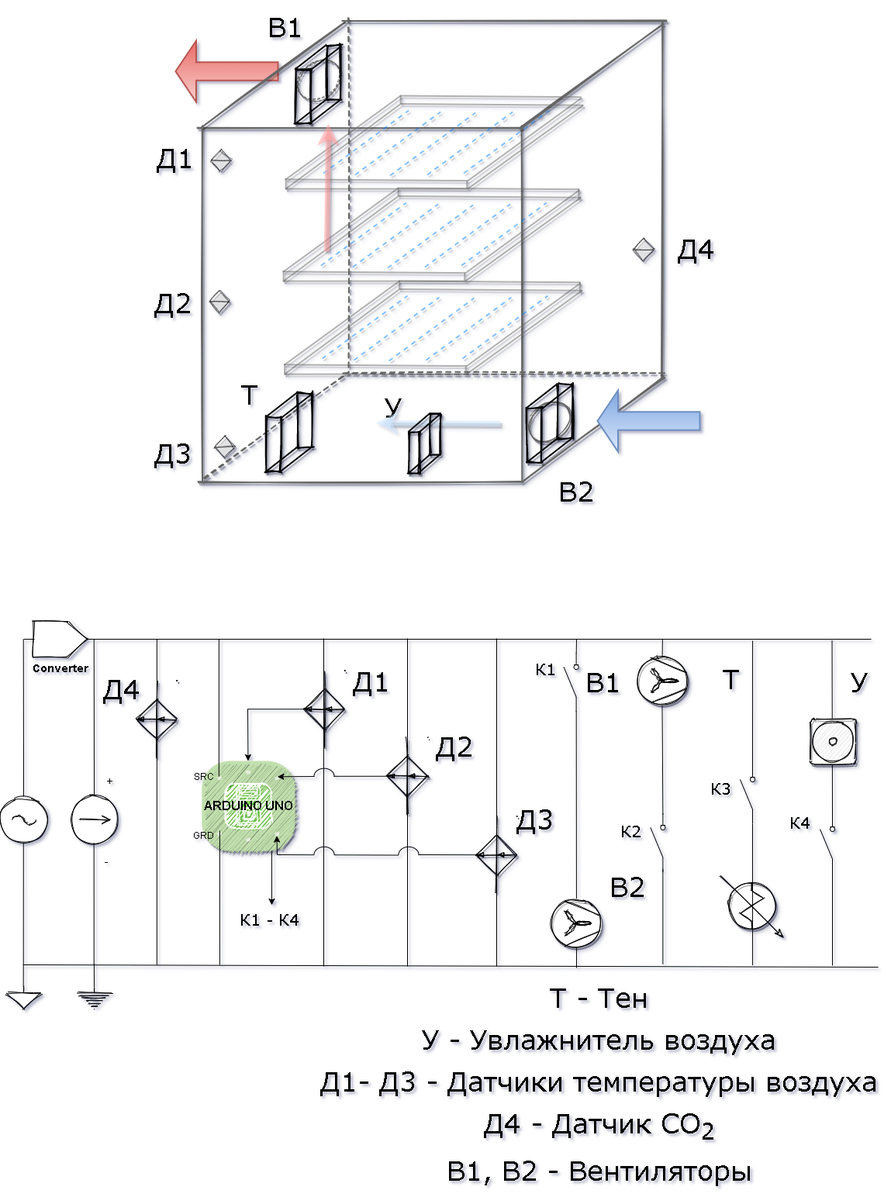
The draw.io diagram diagrams/pngs/Air Conditioning System.png in Yerlan999/SmartGreenHouse-KazATU, before a commit. Source tidied: cells renumbered, new cells last; positions are measured from the earlier drawing's top-left corner, leaving out a move shared by most shapes.
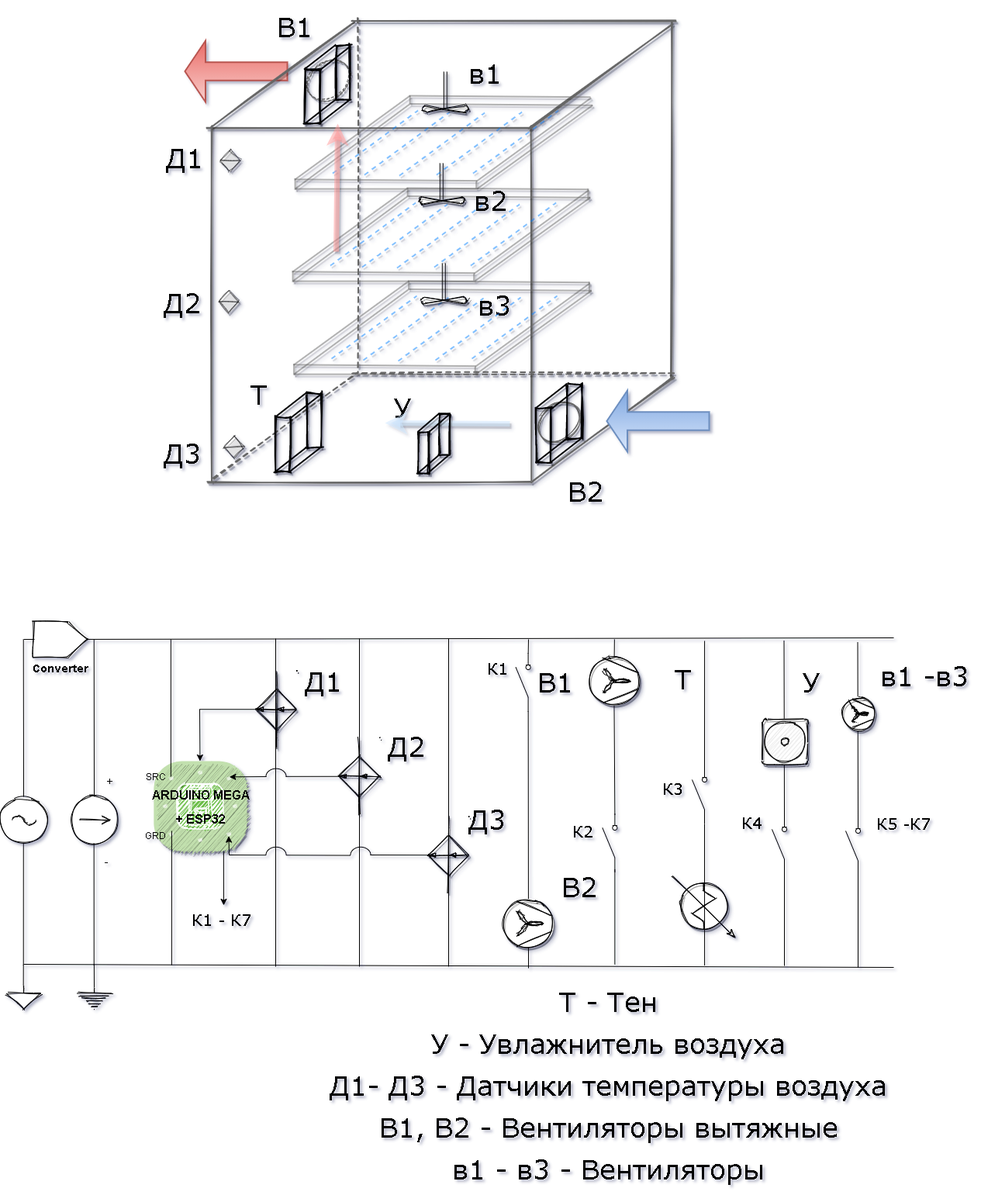
The same diagram one commit later.

The edit, as a diff of the source:
```diff
@@ -5,3 +5,3 @@
     <mxCell id="2" style="group;" parent="1" vertex="1">
-      <mxGeometry x="254" y="15" width="648" height="606" as="geometry" />
+      <mxGeometry x="328" y="15" width="648" height="606" as="geometry" />
     </mxCell>
@@ -130,2 +130,5 @@
     </mxCell>
+    <mxCell id="219" value="&lt;p&gt;&lt;font face=&quot;Verdana&quot;&gt;&lt;span style=&quot;font-size: 35px&quot;&gt;в2&lt;/span&gt;&lt;/font&gt;&lt;/p&gt;" style="text;html=1;align=center;verticalAlign=middle;strokeColor=none;" parent="18" vertex="1">
+      <mxGeometry x="232.5" y="-12" width="54" height="53" as="geometry" />
+    </mxCell>
     <mxCell id="32" style="endArrow=none;dashed=1;html=1;shadow=1;strokeWidth=2;sketch=0;strokeColor=#007FFF;opacity=50;" parent="17" edge="1">
@@ -155,6 +158,6 @@
     <mxCell id="36" style="group;" parent="3" vertex="1">
-      <mxGeometry x="109.5" y="102" width="390" height="121" as="geometry" />
+      <mxGeometry x="109.5" y="102" width="390" height="139" as="geometry" />
     </mxCell>
     <mxCell id="37" style="group;opacity=50;" parent="36" vertex="1">
-      <mxGeometry width="390" height="121" as="geometry" />
+      <mxGeometry width="390" height="139" as="geometry" />
     </mxCell>
@@ -221,2 +224,14 @@
     </mxCell>
+    <mxCell id="220" style="group;" parent="37" vertex="1">
+      <mxGeometry x="164.5" y="87" width="58" height="52" as="geometry" />
+    </mxCell>
+    <mxCell id="221" style="verticalLabelPosition=bottom;align=center;dashed=0;html=1;verticalAlign=top;shape=mxgraph.pid.misc.fan_2;shadow=1;sketch=1;" parent="220" vertex="1">
+      <mxGeometry y="44" width="58" height="8" as="geometry" />
+    </mxCell>
+    <mxCell id="222" style="shape=link;html=1;shadow=1;" parent="220" edge="1">
+      <mxGeometry relative="1" as="geometry">
+        <mxPoint x="28.8" as="sourcePoint" />
+        <mxPoint x="28.8" y="47" as="targetPoint" />
+      </mxGeometry>
+    </mxCell>
     <mxCell id="50" style="endArrow=none;dashed=1;html=1;shadow=1;strokeWidth=2;sketch=0;strokeColor=#007FFF;opacity=50;" parent="36" edge="1">
@@ -315,2 +330,5 @@
     </mxCell>
+    <mxCell id="223" value="&lt;p&gt;&lt;font face=&quot;Verdana&quot;&gt;&lt;span style=&quot;font-size: 35px&quot;&gt;в3&lt;/span&gt;&lt;/font&gt;&lt;/p&gt;" style="text;html=1;align=center;verticalAlign=middle;strokeColor=none;" parent="55" vertex="1">
+      <mxGeometry x="236" y="3" width="54" height="53" as="geometry" />
+    </mxCell>
     <mxCell id="69" style="endArrow=none;dashed=1;html=1;shadow=1;strokeWidth=2;sketch=0;strokeColor=#007FFF;opacity=50;" parent="54" edge="1">
@@ -516,6 +534,21 @@
     </mxCell>
+    <mxCell id="224" style="group;" parent="3" vertex="1">
+      <mxGeometry x="279" y="71" width="107" height="52" as="geometry" />
+    </mxCell>
+    <mxCell id="225" style="verticalLabelPosition=bottom;align=center;dashed=0;html=1;verticalAlign=top;shape=mxgraph.pid.misc.fan_2;shadow=1;sketch=1;" parent="224" vertex="1">
+      <mxGeometry y="44" width="58" height="8" as="geometry" />
+    </mxCell>
+    <mxCell id="226" style="shape=link;html=1;shadow=1;" parent="224" edge="1">
+      <mxGeometry relative="1" as="geometry">
+        <mxPoint x="28.8" as="sourcePoint" />
+        <mxPoint x="28.8" y="47" as="targetPoint" />
+      </mxGeometry>
+    </mxCell>
+    <mxCell id="227" value="&lt;p&gt;&lt;font face=&quot;Verdana&quot;&gt;&lt;span style=&quot;font-size: 35px&quot;&gt;в1&lt;/span&gt;&lt;/font&gt;&lt;/p&gt;" style="text;html=1;align=center;verticalAlign=middle;strokeColor=none;" parent="224" vertex="1">
+      <mxGeometry x="53" y="-26" width="54" height="53" as="geometry" />
+    </mxCell>
     <mxCell id="121" style="endArrow=classic;html=1;shadow=1;strokeWidth=7;strokeColor=#FF9999;opacity=50;" parent="1" edge="1">
       <mxGeometry relative="1" as="geometry">
-        <mxPoint x="421" y="318" as="sourcePoint" />
-        <mxPoint x="423" y="153" as="targetPoint" />
+        <mxPoint x="495" y="318" as="sourcePoint" />
+        <mxPoint x="497" y="153" as="targetPoint" />
       </mxGeometry>
@@ -523,17 +556,14 @@
     <mxCell id="122" value="&lt;p&gt;&lt;font face=&quot;Verdana&quot;&gt;&lt;span style=&quot;font-size: 35px&quot;&gt;Д1&lt;/span&gt;&lt;/font&gt;&lt;/p&gt;" style="text;html=1;align=center;verticalAlign=middle;strokeColor=none;" parent="1" vertex="1">
-      <mxGeometry x="195" y="169" width="59" height="53" as="geometry" />
+      <mxGeometry x="269" y="169" width="59" height="53" as="geometry" />
     </mxCell>
     <mxCell id="123" value="&lt;p&gt;&lt;font face=&quot;Verdana&quot;&gt;&lt;span style=&quot;font-size: 35px&quot;&gt;Д2&lt;/span&gt;&lt;/font&gt;&lt;/p&gt;" style="text;html=1;align=center;verticalAlign=middle;strokeColor=none;" parent="1" vertex="1">
-      <mxGeometry x="192" y="356" width="59" height="53" as="geometry" />
+      <mxGeometry x="266" y="356" width="59" height="53" as="geometry" />
     </mxCell>
     <mxCell id="124" value="&lt;p&gt;&lt;font face=&quot;Verdana&quot;&gt;&lt;span style=&quot;font-size: 35px&quot;&gt;Д3&lt;/span&gt;&lt;/font&gt;&lt;/p&gt;" style="text;html=1;align=center;verticalAlign=middle;strokeColor=none;" parent="1" vertex="1">
-      <mxGeometry x="192" y="550" width="59" height="53" as="geometry" />
+      <mxGeometry x="266" y="550" width="59" height="53" as="geometry" />
     </mxCell>
-    <mxCell id="125" value="&lt;p&gt;&lt;font face=&quot;Verdana&quot;&gt;&lt;span style=&quot;font-size: 35px&quot;&gt;Д4&lt;/span&gt;&lt;/font&gt;&lt;/p&gt;" style="text;html=1;align=center;verticalAlign=middle;strokeColor=none;" parent="1" vertex="1">
-      <mxGeometry x="867" y="286" width="59" height="53" as="geometry" />
-    </mxCell>
     <mxCell id="126" style="endArrow=classic;html=1;shadow=1;strokeWidth=7;opacity=50;strokeColor=#CCE5FF;" parent="1" edge="1">
       <mxGeometry relative="1" as="geometry">
-        <mxPoint x="645" y="540" as="sourcePoint" />
-        <mxPoint x="484" y="539" as="targetPoint" />
+        <mxPoint x="719" y="540" as="sourcePoint" />
+        <mxPoint x="558" y="539" as="targetPoint" />
       </mxGeometry>
@@ -541,16 +571,10 @@
     <mxCell id="127" value="&lt;p&gt;&lt;font face=&quot;Verdana&quot;&gt;&lt;span style=&quot;font-size: 35px&quot;&gt;В2&lt;/span&gt;&lt;/font&gt;&lt;/p&gt;" style="text;html=1;align=center;verticalAlign=middle;strokeColor=none;" parent="1" vertex="1">
-      <mxGeometry x="713" y="599" width="57" height="53" as="geometry" />
+      <mxGeometry x="787" y="599" width="57" height="53" as="geometry" />
     </mxCell>
     <mxCell id="128" style="shape=sortShape;perimeter=rhombusPerimeter;whiteSpace=wrap;html=1;shadow=1;sketch=1;opacity=50;" parent="1" vertex="1">
-      <mxGeometry x="271" y="186" width="26.5" height="29" as="geometry" />
+      <mxGeometry x="345" y="186" width="26.5" height="29" as="geometry" />
     </mxCell>
     <mxCell id="129" style="shape=sortShape;perimeter=rhombusPerimeter;whiteSpace=wrap;html=1;shadow=1;sketch=1;opacity=50;" parent="1" vertex="1">
-      <mxGeometry x="269" y="368" width="26.5" height="29" as="geometry" />
+      <mxGeometry x="343" y="368" width="26.5" height="29" as="geometry" />
     </mxCell>
-    <mxCell id="130" style="shape=sortShape;perimeter=rhombusPerimeter;whiteSpace=wrap;html=1;shadow=1;sketch=1;opacity=50;" parent="1" vertex="1">
-      <mxGeometry x="816" y="301" width="26.5" height="29" as="geometry" />
-    </mxCell>
-    <mxCell id="131" style="verticalLabelPosition=bottom;html=1;verticalAlign=top;strokeColor=#000000;fillColor=#000000;align=center;shape=mxgraph.fluid_power.x12300;shadow=1;sketch=1;rotation=90;" parent="1" vertex="1">
-      <mxGeometry x="151.8" y="895" width="99.6" height="52.6" as="geometry" />
-    </mxCell>
     <mxCell id="132" style="verticalLabelPosition=bottom;html=1;fillColor=#6ABD46;strokeColor=#ffffff;verticalAlign=top;align=center;points=[[0.085,0.085,0],[0.915,0.085,0],[0.915,0.915,0],[0.085,0.915,0],[0.25,0,0],[0.5,0,0],[0.75,0,0],[1,0.25,0],[1,0.5,0],[1,0.75,0],[0.75,1,0],[0.5,1,0],[0.25,1,0],[0,0.75,0],[0,0.5,0],[0,0.25,0]];shape=mxgraph.cisco_safe.compositeIcon;bgIcon=mxgraph.cisco_safe.architecture.generic_appliance;resIcon=mxgraph.cisco_safe.architecture.aci_controller;shadow=1;sketch=1;" parent="1" vertex="1">
@@ -559,9 +583,9 @@
     <mxCell id="133" style="verticalLabelPosition=bottom;shadow=0;dashed=0;align=center;html=1;verticalAlign=top;shape=mxgraph.electrical.signal_sources.ac_source;sketch=1;" parent="1" vertex="1">
-      <mxGeometry y="1021" width="60" height="60" as="geometry" />
+      <mxGeometry x="62" y="1021" width="60" height="60" as="geometry" />
     </mxCell>
     <mxCell id="134" style="verticalLabelPosition=bottom;shadow=0;dashed=0;align=center;html=1;verticalAlign=top;shape=mxgraph.electrical.signal_sources.dc_source_2;sketch=1;" parent="1" vertex="1">
-      <mxGeometry x="91" y="1021" width="60" height="60" as="geometry" />
+      <mxGeometry x="153" y="1021" width="60" height="60" as="geometry" />
     </mxCell>
     <mxCell id="135" value="&lt;b&gt;&lt;font style=&quot;font-size: 14px&quot;&gt;Converter&lt;/font&gt;&lt;/b&gt;" style="verticalLabelPosition=bottom;shadow=0;dashed=0;align=center;html=1;verticalAlign=top;shape=mxgraph.electrical.abstract.dac;sketch=1;" parent="1" vertex="1">
-      <mxGeometry x="42.2" y="795" width="70" height="46" as="geometry" />
+      <mxGeometry x="104.2" y="795" width="70" height="46" as="geometry" />
     </mxCell>
@@ -569,3 +593,3 @@
       <mxGeometry relative="1" as="geometry">
-        <mxPoint x="29.7" y="818" as="targetPoint" />
+        <mxPoint x="91.7" y="818" as="targetPoint" />
       </mxGeometry>
@@ -574,4 +598,4 @@
       <mxGeometry relative="1" as="geometry">
-        <mxPoint x="29.7" y="1238" as="sourcePoint" />
-        <mxPoint x="29.8" y="1081" as="targetPoint" />
+        <mxPoint x="91.7" y="1238" as="sourcePoint" />
+        <mxPoint x="91.8" y="1081" as="targetPoint" />
       </mxGeometry>
@@ -579,6 +603,6 @@
     <mxCell id="138" style="verticalLabelPosition=bottom;shadow=0;dashed=0;align=center;html=1;verticalAlign=top;shape=mxgraph.electrical.signal_sources.signal_ground;sketch=1;" parent="1" vertex="1">
-      <mxGeometry x="7.5" y="1264.4" width="45" height="30" as="geometry" />
+      <mxGeometry x="69.5" y="1264.4" width="45" height="30" as="geometry" />
     </mxCell>
     <mxCell id="139" style="verticalLabelPosition=bottom;shadow=0;dashed=0;align=center;html=1;verticalAlign=top;shape=mxgraph.electrical.signal_sources.protective_earth;sketch=1;" parent="1" vertex="1">
-      <mxGeometry x="98.5" y="1267" width="45" height="28.1" as="geometry" />
+      <mxGeometry x="160.5" y="1267" width="45" height="28.1" as="geometry" />
     </mxCell>
@@ -586,4 +610,4 @@
       <mxGeometry relative="1" as="geometry">
-        <mxPoint x="29.7" y="1238" as="sourcePoint" />
-        <mxPoint x="1132" y="1241" as="targetPoint" />
+        <mxPoint x="92" y="1237" as="sourcePoint" />
+        <mxPoint x="1214" y="1241" as="targetPoint" />
       </mxGeometry>
@@ -592,4 +616,4 @@
       <mxGeometry relative="1" as="geometry">
-        <mxPoint x="30.2" y="818" as="sourcePoint" />
-        <mxPoint x="44" y="818" as="targetPoint" />
+        <mxPoint x="92.2" y="818" as="sourcePoint" />
+        <mxPoint x="106" y="818" as="targetPoint" />
       </mxGeometry>
@@ -598,3 +622,3 @@
       <mxGeometry relative="1" as="geometry">
-        <mxPoint x="1123" y="818" as="targetPoint" />
+        <mxPoint x="1214" y="816" as="targetPoint" />
       </mxGeometry>
@@ -603,4 +627,4 @@
       <mxGeometry relative="1" as="geometry">
-        <mxPoint x="121" y="1021" as="sourcePoint" />
-        <mxPoint x="120.7" y="818" as="targetPoint" />
+        <mxPoint x="183" y="1021" as="sourcePoint" />
+        <mxPoint x="182.7" y="818" as="targetPoint" />
       </mxGeometry>
@@ -609,4 +633,4 @@
       <mxGeometry relative="1" as="geometry">
-        <mxPoint x="29.7" y="1264.4" as="sourcePoint" />
-        <mxPoint x="29.7" y="1238" as="targetPoint" />
+        <mxPoint x="91.7" y="1264.4" as="sourcePoint" />
+        <mxPoint x="91.7" y="1238" as="targetPoint" />
       </mxGeometry>
@@ -615,4 +639,4 @@
       <mxGeometry relative="1" as="geometry">
-        <mxPoint x="120.7" y="1238" as="sourcePoint" />
-        <mxPoint x="120.7" y="1081" as="targetPoint" />
+        <mxPoint x="182.7" y="1238" as="sourcePoint" />
+        <mxPoint x="182.7" y="1081" as="targetPoint" />
       </mxGeometry>
@@ -621,11 +645,5 @@
       <mxGeometry relative="1" as="geometry">
-        <mxPoint x="120.9" y="1236.6" as="targetPoint" />
+        <mxPoint x="182.9" y="1236.6" as="targetPoint" />
       </mxGeometry>
     </mxCell>
-    <mxCell id="147" style="endArrow=none;html=1;" parent="1" edge="1">
-      <mxGeometry relative="1" as="geometry">
-        <mxPoint x="201.9" y="1238" as="sourcePoint" />
-        <mxPoint x="201.9" y="818" as="targetPoint" />
-      </mxGeometry>
-    </mxCell>
     <mxCell id="148" value="&lt;p&gt;GRD&lt;/p&gt;" style="text;html=1;align=center;verticalAlign=middle;strokeColor=none;" parent="1" vertex="1">
@@ -647,16 +665,13 @@
     </mxCell>
-    <mxCell id="152" value="&lt;p&gt;&lt;b&gt;&lt;font style=&quot;font-size: 16px&quot;&gt;ARDUINO UNO&lt;/font&gt;&lt;/b&gt;&lt;/p&gt;" style="text;html=1;align=center;verticalAlign=middle;strokeColor=none;" parent="1" vertex="1">
-      <mxGeometry x="254.9" y="1013" width="130" height="40" as="geometry" />
+    <mxCell id="152" value="&lt;p&gt;&lt;b&gt;&lt;font style=&quot;font-size: 16px&quot;&gt;ARDUINO MEGA&lt;/font&gt;&lt;/b&gt;&lt;/p&gt;&lt;p&gt;&lt;b&gt;&lt;font style=&quot;font-size: 16px&quot;&gt;+ ESP32&lt;/font&gt;&lt;/b&gt;&lt;/p&gt;" style="text;html=1;align=center;verticalAlign=middle;strokeColor=none;" parent="1" vertex="1">
+      <mxGeometry x="251.9" y="998" width="137" height="71" as="geometry" />
     </mxCell>
     <mxCell id="153" value="&lt;p&gt;&lt;font style=&quot;font-size: 16px&quot;&gt;+&lt;/font&gt;&lt;/p&gt;" style="text;html=1;align=center;verticalAlign=middle;strokeColor=none;" parent="1" vertex="1">
-      <mxGeometry x="130.9" y="976" width="20" height="50" as="geometry" />
+      <mxGeometry x="192.9" y="976" width="20" height="50" as="geometry" />
     </mxCell>
     <mxCell id="154" value="&lt;p&gt;&lt;font style=&quot;font-size: 16px&quot;&gt;-&lt;/font&gt;&lt;/p&gt;" style="text;html=1;align=center;verticalAlign=middle;strokeColor=none;" parent="1" vertex="1">
-      <mxGeometry x="127.3" y="1079" width="20" height="50" as="geometry" />
+      <mxGeometry x="189.3" y="1079" width="20" height="50" as="geometry" />
     </mxCell>
-    <mxCell id="155" value="&lt;p&gt;&lt;font face=&quot;Verdana&quot;&gt;&lt;span style=&quot;font-size: 35px&quot;&gt;Д4&lt;/span&gt;&lt;/font&gt;&lt;/p&gt;" style="text;html=1;align=center;verticalAlign=middle;strokeColor=none;" parent="1" vertex="1">
-      <mxGeometry x="126.4" y="854" width="59" height="53" as="geometry" />
-    </mxCell>
-    <mxCell id="156" value="&lt;p&gt;&lt;font face=&quot;Verdana&quot;&gt;&lt;span style=&quot;font-size: 35px&quot;&gt;Т - Тен&lt;/span&gt;&lt;/font&gt;&lt;/p&gt;&lt;p&gt;&lt;font face=&quot;Verdana&quot;&gt;&lt;span style=&quot;font-size: 35px&quot;&gt;У - Увлажнитель воздуха&lt;/span&gt;&lt;/font&gt;&lt;/p&gt;&lt;p&gt;&lt;font face=&quot;Verdana&quot;&gt;&lt;span style=&quot;font-size: 35px&quot;&gt;Д1- Д3 - Датчики температуры воздуха&lt;/span&gt;&lt;/font&gt;&lt;/p&gt;&lt;p&gt;&lt;font face=&quot;Verdana&quot;&gt;&lt;span style=&quot;font-size: 35px&quot;&gt;Д4 - Датчик СО&lt;sub&gt;2&lt;/sub&gt;&lt;/span&gt;&lt;/font&gt;&lt;/p&gt;&lt;p&gt;&lt;font face=&quot;Verdana&quot;&gt;&lt;span style=&quot;font-size: 35px&quot;&gt;В1, В2 - Вентиляторы&lt;/span&gt;&lt;/font&gt;&lt;/p&gt;" style="text;html=1;align=center;verticalAlign=middle;strokeColor=none;" parent="1" vertex="1">
-      <mxGeometry x="407" y="1292" width="730" height="198" as="geometry" />
+    <mxCell id="156" value="&lt;p&gt;&lt;font face=&quot;Verdana&quot;&gt;&lt;span style=&quot;font-size: 35px&quot;&gt;Т - Тен&lt;/span&gt;&lt;/font&gt;&lt;/p&gt;&lt;p&gt;&lt;font face=&quot;Verdana&quot;&gt;&lt;span style=&quot;font-size: 35px&quot;&gt;У - Увлажнитель воздуха&lt;/span&gt;&lt;/font&gt;&lt;/p&gt;&lt;p&gt;&lt;font face=&quot;Verdana&quot;&gt;&lt;span style=&quot;font-size: 35px&quot;&gt;Д1- Д3 - Датчики температуры воздуха&lt;/span&gt;&lt;/font&gt;&lt;/p&gt;&lt;p&gt;&lt;font face=&quot;Verdana&quot;&gt;&lt;span style=&quot;font-size: 35px&quot;&gt;В1, В2 - Вентиляторы вытяжные&lt;/span&gt;&lt;/font&gt;&lt;/p&gt;&lt;p&gt;&lt;font face=&quot;Verdana&quot;&gt;&lt;span style=&quot;font-size: 35px&quot;&gt;в1 - в3 - Вентиляторы&lt;/span&gt;&lt;/font&gt;&lt;/p&gt;" style="text;html=1;align=center;verticalAlign=middle;strokeColor=none;" parent="1" vertex="1">
+      <mxGeometry x="481" y="1293" width="730" height="197" as="geometry" />
     </mxCell>
@@ -669,3 +684,3 @@
     <mxCell id="158" style="group;" parent="1" vertex="1">
-      <mxGeometry x="524" y="524" width="45.9" height="83" as="geometry" />
+      <mxGeometry x="598" y="524" width="45.9" height="83" as="geometry" />
     </mxCell>
@@ -844,3 +859,3 @@
     </mxCell>
-    <mxCell id="202" value="&lt;p&gt;&lt;font face=&quot;Verdana&quot;&gt;&lt;span style=&quot;font-size: 20px&quot;&gt;К1 - К4&lt;/span&gt;&lt;/font&gt;&lt;/p&gt;" style="text;html=1;align=center;verticalAlign=middle;strokeColor=none;" parent="1" vertex="1">
+    <mxCell id="202" value="&lt;p&gt;&lt;font face=&quot;Verdana&quot;&gt;&lt;span style=&quot;font-size: 20px&quot;&gt;К1 - К7&lt;/span&gt;&lt;/font&gt;&lt;/p&gt;" style="text;html=1;align=center;verticalAlign=middle;strokeColor=none;" parent="1" vertex="1">
       <mxGeometry x="303" y="1155" width="88" height="47" as="geometry" />
@@ -910,2 +925,38 @@
     </mxCell>
+    <mxCell id="228" style="group;" parent="1" vertex="1">
+      <mxGeometry x="605" y="333" width="58" height="52" as="geometry" />
+    </mxCell>
+    <mxCell id="229" style="verticalLabelPosition=bottom;align=center;dashed=0;html=1;verticalAlign=top;shape=mxgraph.pid.misc.fan_2;shadow=1;sketch=1;" parent="228" vertex="1">
+      <mxGeometry y="44" width="58" height="8" as="geometry" />
+    </mxCell>
+    <mxCell id="230" style="shape=link;html=1;shadow=1;" parent="228" edge="1">
+      <mxGeometry relative="1" as="geometry">
+        <mxPoint x="28.8" as="sourcePoint" />
+        <mxPoint x="28.8" y="47" as="targetPoint" />
+      </mxGeometry>
+    </mxCell>
+    <mxCell id="231" style="endArrow=none;html=1;" parent="1" edge="1">
+      <mxGeometry relative="1" as="geometry">
+        <mxPoint x="1168" y="1048" as="sourcePoint" />
+        <mxPoint x="1167.5" y="822" as="targetPoint" />
+      </mxGeometry>
+    </mxCell>
+    <mxCell id="232" value="&lt;p&gt;&lt;font face=&quot;Verdana&quot;&gt;&lt;span style=&quot;font-size: 35px&quot;&gt;в1 -в3&lt;/span&gt;&lt;/font&gt;&lt;/p&gt;" style="text;html=1;align=center;verticalAlign=middle;strokeColor=none;" parent="1" vertex="1">
+      <mxGeometry x="1190" y="837" width="125" height="53" as="geometry" />
+    </mxCell>
+    <mxCell id="233" style="verticalLabelPosition=bottom;shadow=0;dashed=0;align=center;html=1;verticalAlign=top;shape=mxgraph.electrical.electro-mechanical.switch_disconnector;rotation=-90;" parent="1" vertex="1">
+      <mxGeometry x="1124" y="1075" width="75" height="19" as="geometry" />
+    </mxCell>
+    <mxCell id="234" style="endArrow=none;html=1;" parent="1" edge="1">
+      <mxGeometry relative="1" as="geometry">
+        <mxPoint x="1168" y="1241" as="sourcePoint" />
+        <mxPoint x="1168" y="1118.4" as="targetPoint" />
+      </mxGeometry>
+    </mxCell>
+    <mxCell id="235" value="&lt;p&gt;&lt;font face=&quot;Verdana&quot;&gt;&lt;span style=&quot;font-size: 20px&quot;&gt;К5 -К7&lt;/span&gt;&lt;/font&gt;&lt;/p&gt;" style="text;html=1;align=center;verticalAlign=middle;strokeColor=none;" parent="1" vertex="1">
+      <mxGeometry x="1185" y="1031" width="81" height="47" as="geometry" />
+    </mxCell>
+    <mxCell id="236" style="verticalLabelPosition=bottom;align=center;dashed=0;html=1;verticalAlign=top;shape=mxgraph.pid2misc.fan;fanType=common;shadow=1;sketch=1;" parent="1" vertex="1">
+      <mxGeometry x="1148" y="893.6" width="41" height="41" as="geometry" />
+    </mxCell>
   </root>
```
